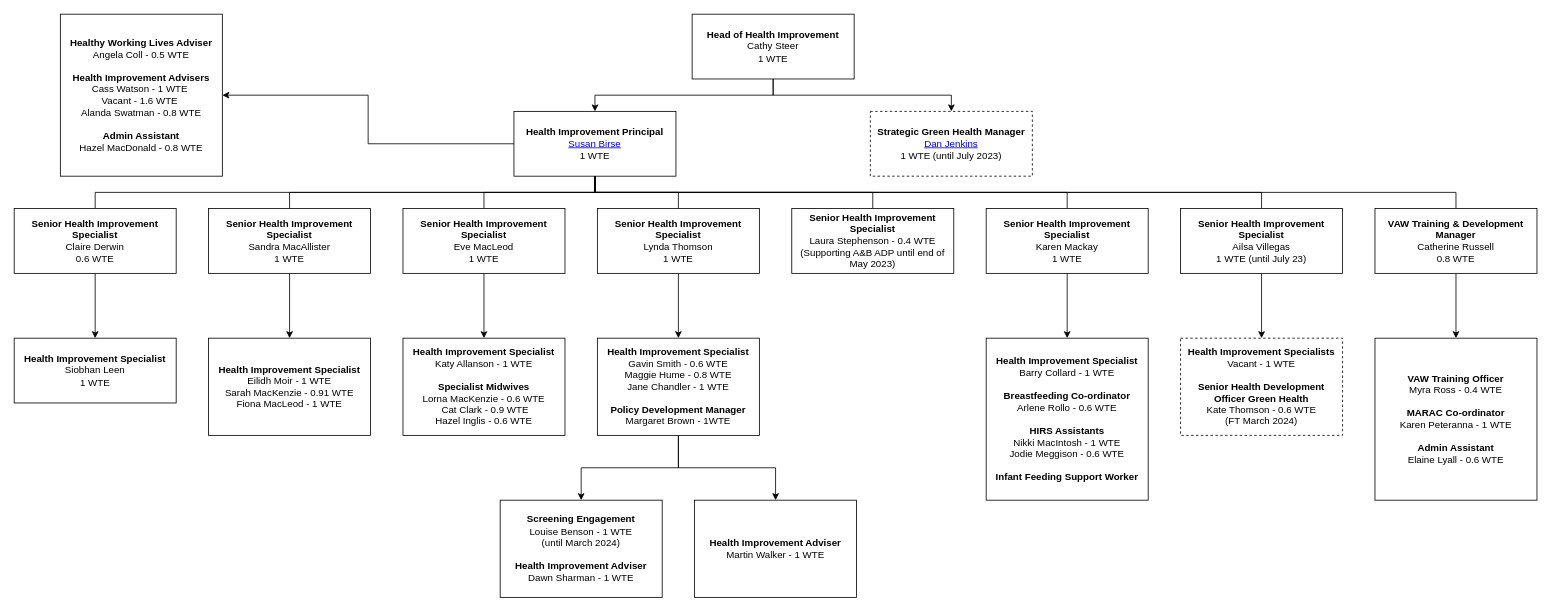
barrycollard/staffOrgChart keeps this draw.io diagram as Untitled Diagram.drawio. Above is the earlier version. Source tidied: cells renumbered, new cells numbered last; positions are measured from the earlier drawing's top-left corner, leaving out a move shared by most shapes. Both pictures are drawn from the tidied source at 81%, with x=0, y=0 at pixel (14, 14).
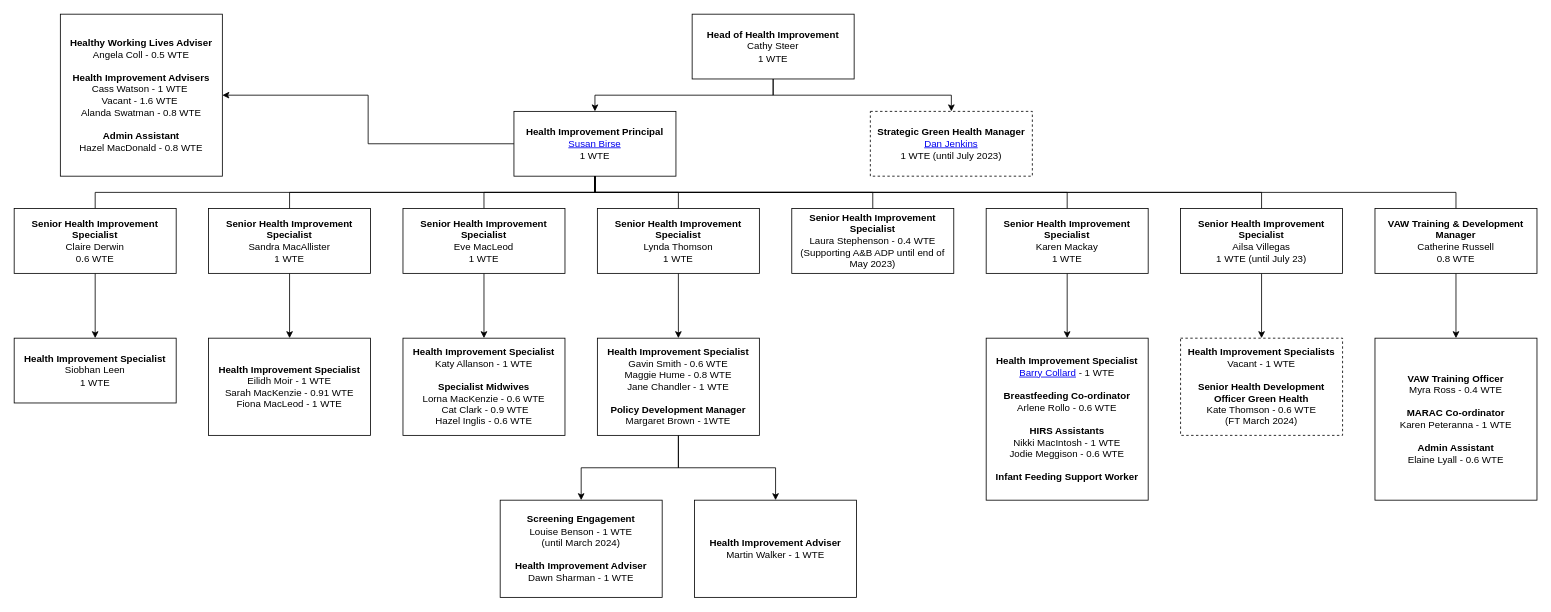
The same diagram, later.

The edit, as a diff of the source:
```diff
@@
-    <mxCell id="32" value="&lt;div&gt;&lt;b&gt;Health Improvement Specialist&lt;/b&gt;&lt;/div&gt;&lt;div&gt;Barry Collard - 1 WTE&lt;/div&gt;&lt;div&gt;&lt;b&gt;&lt;br&gt;&lt;/b&gt;&lt;/div&gt;&lt;div&gt;&lt;b&gt;Breastfeeding Co-ordinator&lt;/b&gt;&lt;/div&gt;&lt;div&gt;Arlene Rollo - 0.6 WTE&lt;/div&gt;&lt;div&gt;&lt;b&gt;&lt;br&gt;&lt;/b&gt;&lt;/div&gt;&lt;div&gt;&lt;b&gt;HIRS Assistants&lt;/b&gt;&lt;/div&gt;&lt;div&gt;Nikki MacIntosh - 1 WTE&lt;/div&gt;&lt;div&gt;Jodie Meggison - 0.6 WTE&lt;/div&gt;&lt;div&gt;&lt;b&gt;&lt;br&gt;&lt;/b&gt;&lt;/div&gt;&lt;div&gt;&lt;b&gt;Infant Feeding Support Worker&lt;/b&gt;&lt;/div&gt;" style="rounded=0;whiteSpace=wrap;html=1;" parent="1" vertex="1">
+    <mxCell id="32" value="&lt;div&gt;&lt;b&gt;Health Improvement Specialist&lt;/b&gt;&lt;/div&gt;&lt;div&gt;&lt;a href=&quot;https://nhshighland.publichealth.scot.nhs.uk/staff/barry-collard/&quot;&gt;Barry Collard&lt;/a&gt; - 1 WTE&lt;/div&gt;&lt;div&gt;&lt;b&gt;&lt;br&gt;&lt;/b&gt;&lt;/div&gt;&lt;div&gt;&lt;b&gt;Breastfeeding Co-ordinator&lt;/b&gt;&lt;/div&gt;&lt;div&gt;Arlene Rollo - 0.6 WTE&lt;/div&gt;&lt;div&gt;&lt;b&gt;&lt;br&gt;&lt;/b&gt;&lt;/div&gt;&lt;div&gt;&lt;b&gt;HIRS Assistants&lt;/b&gt;&lt;/div&gt;&lt;div&gt;Nikki MacIntosh - 1 WTE&lt;/div&gt;&lt;div&gt;Jodie Meggison - 0.6 WTE&lt;/div&gt;&lt;div&gt;&lt;b&gt;&lt;br&gt;&lt;/b&gt;&lt;/div&gt;&lt;div&gt;&lt;b&gt;Infant Feeding Support Worker&lt;/b&gt;&lt;/div&gt;" style="rounded=0;whiteSpace=wrap;html=1;" parent="1" vertex="1">
       <mxGeometry x="1200" y="400" width="200" height="200" as="geometry" />
     </mxCell>
```
